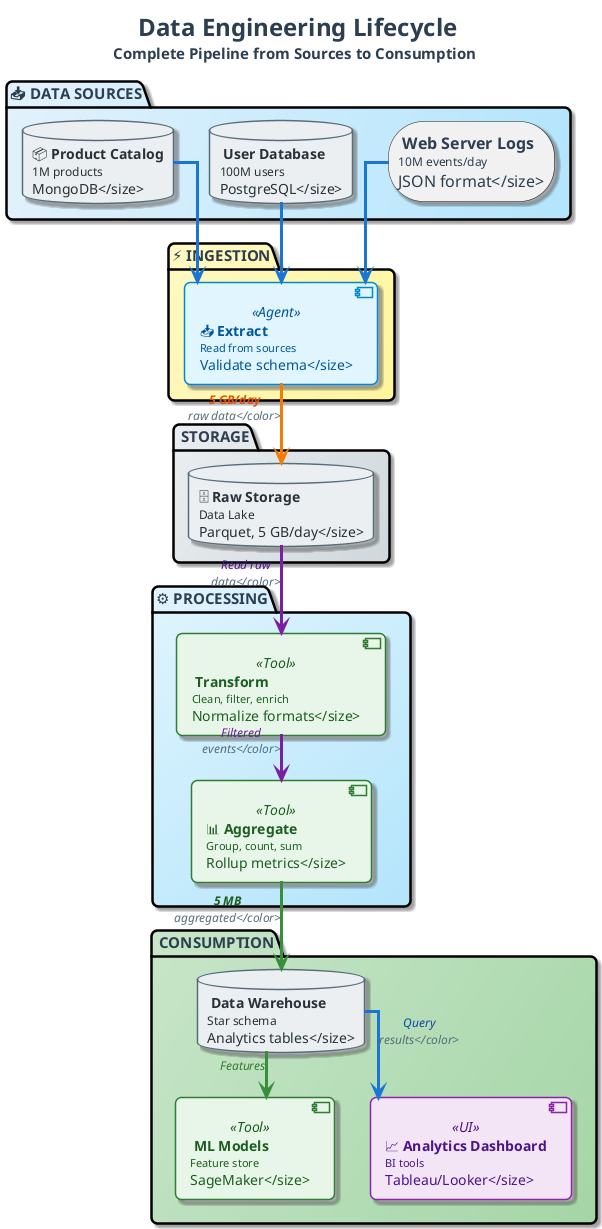
This is diagrams/week01/week1_lecture_slide12_lifecycle.png from OrPerets/data-engineering-course, a PlantUML export, as it was before one commit.
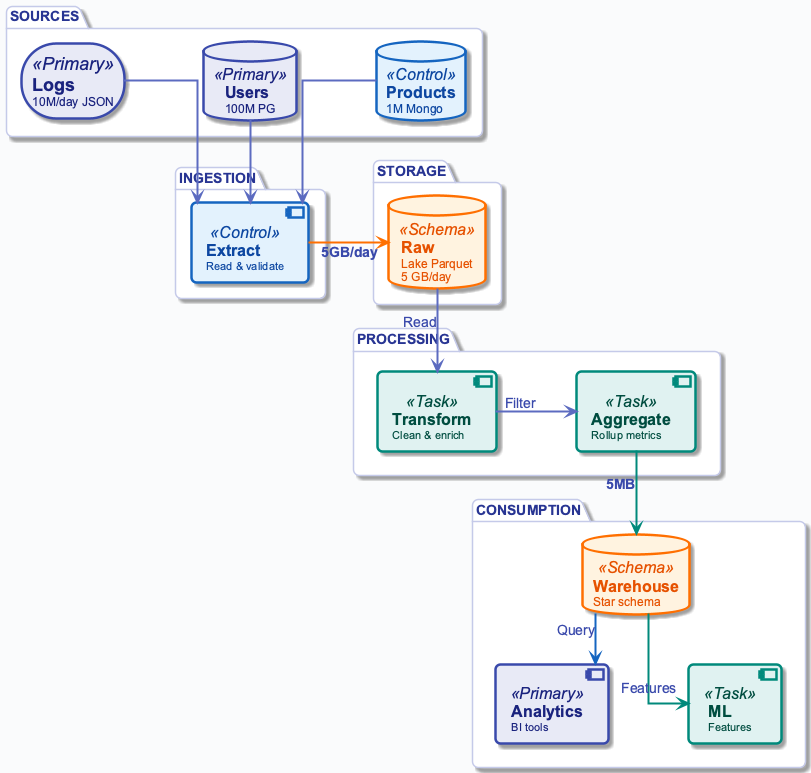
Later version of the same file.

The edit, as a diff of the source:
```diff
@@ -1,173 +1,47 @@
 @startuml
+!include ../_template_styles.puml
+top to bottom direction
 
-top to bottom direction
-skinparam linetype ortho
-skinparam shadowing true
-skinparam roundcorner 12
-skinparam handwritten false
-skinparam nodesep 35
-skinparam ranksep 45
-
-skinparam defaultFontName "Segoe UI, Helvetica, sans-serif"
-skinparam defaultFontSize 16
-skinparam defaultFontColor #2C3E50
-
-skinparam rectangle {
-    BackgroundColor #F8F9FA
-    BorderColor #90A4AE
-    BorderThickness 2
-    FontColor #263238
-    FontSize 14
-    FontStyle bold
-    Padding 20
+package "SOURCES" #FFFFFF {
+    storage "**Logs**\n<size:12>10M/day JSON</size>" as SOURCE1 <<Primary>>
+    database "**Users**\n<size:12>100M PG</size>" as SOURCE2 <<Primary>>
+    database "**Products**\n<size:12>1M Mongo</size>" as SOURCE3 <<Control>>
 }
 
-skinparam component {
-    BackgroundColor #FFFFFF
-    BorderColor #78909C
-    BorderThickness 1.5
-    FontSize 14
-    Padding 12
+package "INGESTION" #FFFFFF {
+    component "**Extract**\n<size:11>Read & validate</size>" as INGEST <<Control>>
 }
 
-skinparam database {
-    BackgroundColor #ECEFF1
-    BorderColor #546E7A
-    BorderThickness 1.5
-    FontSize 14
-    FontColor #263238
+package "STORAGE" #FFFFFF {
+    database "**Raw**\n<size:12>Lake Parquet</size>\n<size:12>5 GB/day</size>" as RAW <<Schema>>
 }
 
-skinparam arrow {
-    Color #607D8B
-    Thickness 2.5
-    FontSize 12
-    FontColor #546E7A
-    FontStyle italic
-}
-
-skinparam package {
-    BorderThickness 2.5
-    FontSize 15
-    FontStyle bold
-}
-
-skinparam component<<UI>> {
-    BorderColor #8E24AA
-    BackgroundColor #F3E5F5
-    FontColor #4A148C
-}
-
-skinparam component<<Agent>> {
-    BorderColor #0288D1
-    BackgroundColor #E1F5FE
-    FontColor #01579B
-}
-
-skinparam component<<Tool>> {
-    BorderColor #2E7D32
-    BackgroundColor #E8F5E9
-    FontColor #1B5E20
-}
-
-skinparam component<<Config>> {
-    BorderColor #F57C00
-    BackgroundColor #FFF3E0
-    FontColor #E65100
-}
-
-skinparam component<<Bad>> {
-    BorderColor #C62828
-    BackgroundColor #FFEBEE
-    FontColor #B71C1C
-}
-
-skinparam component<<V1>> {
-    BorderColor #F57C00
-    BackgroundColor #FFF3E0
-    FontColor #E65100
-}
-
-skinparam component<<V2>> {
-    BorderColor #2E7D32
-    BackgroundColor #E8F5E9
-    FontColor #1B5E20
-}
-
-skinparam component<<up>> {
-    BackgroundColor #E8F5E9
-    BorderColor #2E7D32
-}
-
-skinparam component<<down>> {
-    BackgroundColor #FFEBEE
-    BorderColor #C62828
-}
-
-skinparam database<<up>> {
-    BackgroundColor #E8F5E9
-    BorderColor #2E7D32
-}
-
-skinparam database<<down>> {
-    BackgroundColor #FFEBEE
-    BorderColor #C62828
-}
-
-skinparam component<<success>> {
-    BackgroundColor #E8F5E9
-    BorderColor #2E7D32
-}
-
-skinparam component<<failure>> {
-    BackgroundColor #FFEBEE
-    BorderColor #C62828
-}
-
-
-title <size:24><b>🔄 Data Engineering Lifecycle</b></size>\n<size:15>Complete Pipeline from Sources to Consumption</size>
-
-package "📥 DATA SOURCES" #E3F2FD/B3E5FC {
-    storage "🌐 **Web Server Logs**\n<size:12>10M events/day\nJSON format</size>" as SOURCE1
-    database "👥 **User Database**\n<size:12>100M users\nPostgreSQL</size>" as SOURCE2
-    database "📦 **Product Catalog**\n<size:12>1M products\nMongoDB</size>" as SOURCE3
-}
-
-package "⚡ INGESTION" #FFF9C4/FFF59D {
-    component "📥 **Extract**\n<size:11>Read from sources\nValidate schema</size>" as INGEST <<Agent>>
-}
-
-package "💾 STORAGE" #ECEFF1/CFD8DC {
-    database "🗄️ **Raw Storage**\n<size:12>Data Lake\nParquet, 5 GB/day</size>" as RAW
-}
-
-package "⚙️ PROCESSING" #E1F5FE/B3E5FC {
+package "PROCESSING" #FFFFFF {
     together {
-        component "🔄 **Transform**\n<size:11>Clean, filter, enrich\nNormalize formats</size>" as TRANSFORM <<Tool>>
-        component "📊 **Aggregate**\n<size:11>Group, count, sum\nRollup metrics</size>" as AGGREGATE <<Tool>>
+        component "**Transform**\n<size:11>Clean & enrich</size>" as TRANSFORM <<Task>>
+        component "**Aggregate**\n<size:11>Rollup metrics</size>" as AGGREGATE <<Task>>
     }
 }
 
-package "🎯 CONSUMPTION" #C8E6C9/A5D6A7 {
-    database "🏢 **Data Warehouse**\n<size:12>Star schema\nAnalytics tables</size>" as WAREHOUSE
+package "CONSUMPTION" #FFFFFF {
+    database "**Warehouse**\n<size:12>Star schema</size>" as WAREHOUSE <<Schema>>
     together {
-        component "📈 **Analytics Dashboard**\n<size:11>BI tools\nTableau/Looker</size>" as DASHBOARD <<UI>>
-        component "🤖 **ML Models**\n<size:11>Feature store\nSageMaker</size>" as ML <<Tool>>
+        component "**Analytics**\n<size:11>BI tools</size>" as DASHBOARD <<Primary>>
+        component "**ML**\n<size:11>Features</size>" as ML <<Task>>
     }
 }
 
+SOURCE1 -down[#5C6BC0,thickness=2]-> INGEST
+SOURCE2 -down[#5C6BC0,thickness=2]-> INGEST
+SOURCE3 -down[#5C6BC0,thickness=2]-> INGEST
 
-SOURCE1 -[#1976D2,thickness=3]-> INGEST
-SOURCE2 -[#1976D2,thickness=3]-> INGEST
-SOURCE3 -[#1976D2,thickness=3]-> INGEST
+INGEST -right[#FF6F00,thickness=2]-> RAW : <color:#3949AB><b>5GB/day</b></color>
 
-INGEST -[#F57C00,thickness=3]-> RAW : <color:#E65100><b>5 GB/day</b>\nraw data</color>
+RAW -down[#5C6BC0,thickness=2]-> TRANSFORM : <color:#3949AB>Read</color>
+TRANSFORM -right[#5C6BC0,thickness=2]-> AGGREGATE : <color:#3949AB>Filter</color>
+AGGREGATE -down[#00897B,thickness=2]-> WAREHOUSE : <color:#3949AB><b>5MB</b></color>
 
-RAW -[#7B1FA2,thickness=3]-> TRANSFORM : <color:#4A148C>Read raw\ndata</color>
-TRANSFORM -[#7B1FA2,thickness=3]-> AGGREGATE : <color:#6A1B9A>Filtered\nevents</color>
-AGGREGATE -[#388E3C,thickness=3]-> WAREHOUSE : <color:#1B5E20><b>5 MB</b>\naggregated</color>
-
-WAREHOUSE -[#1976D2,thickness=3]-> DASHBOARD : <color:#0D47A1>Query\nresults</color>
-WAREHOUSE -[#388E3C,thickness=3]-> ML : <color:#2E7D32>Features</color>
+WAREHOUSE -right[#1565C0,thickness=2]-> DASHBOARD : <color:#3949AB>Query</color>
+WAREHOUSE -down[#00897B,thickness=2]-> ML : <color:#3949AB>Features</color>
 
 @enduml
```
